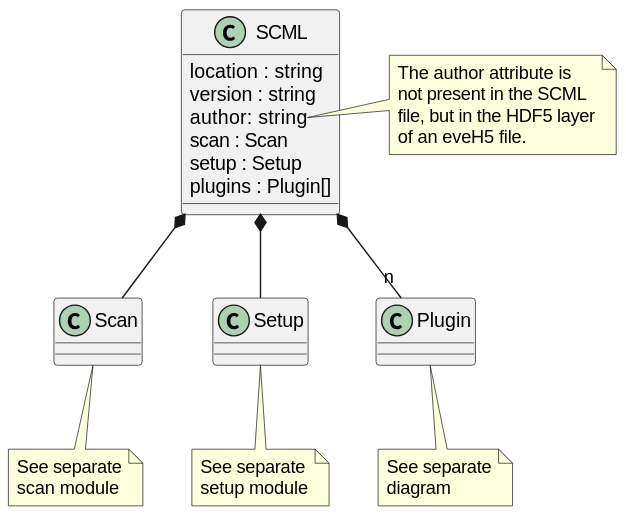
tillbiskup/evedata keeps this PlantUML diagram as docs/uml/evedata.scml.scml.svg. Above is the earlier version.
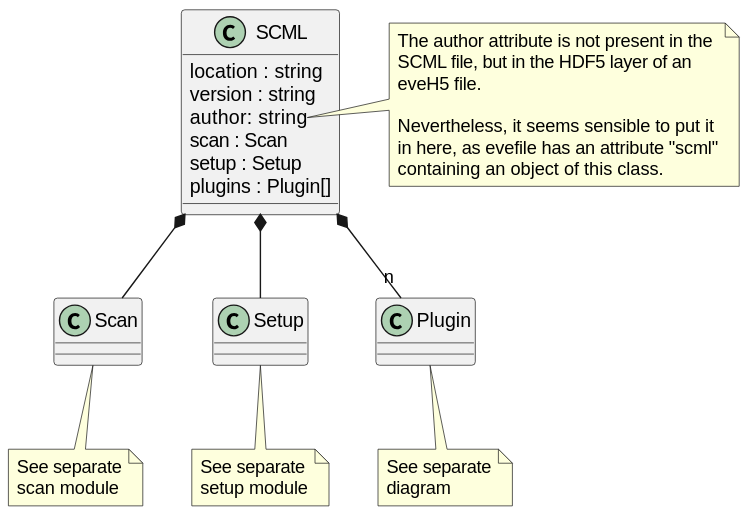
After the change.

Commit message:
Update evefile (and scml.scml) UML diagrams; adjust figure captions

Change to the diagram source:
```diff
@@ -12,10 +12,13 @@
 SCML *-- "n" Plugin
 
 note right of SCML::author
-    The author attribute is
-    not present in the SCML
-    file, but in the HDF5 layer
-    of an eveH5 file.
+    The author attribute is not present in the
+    SCML file, but in the HDF5 layer of an
+    eveH5 file.
+
+    Nevertheless, it seems sensible to put it
+    in here, as evefile has an attribute "scml"
+    containing an object of this class.
 end note
 
 note bottom of Scan: See separate\nscan module
```
